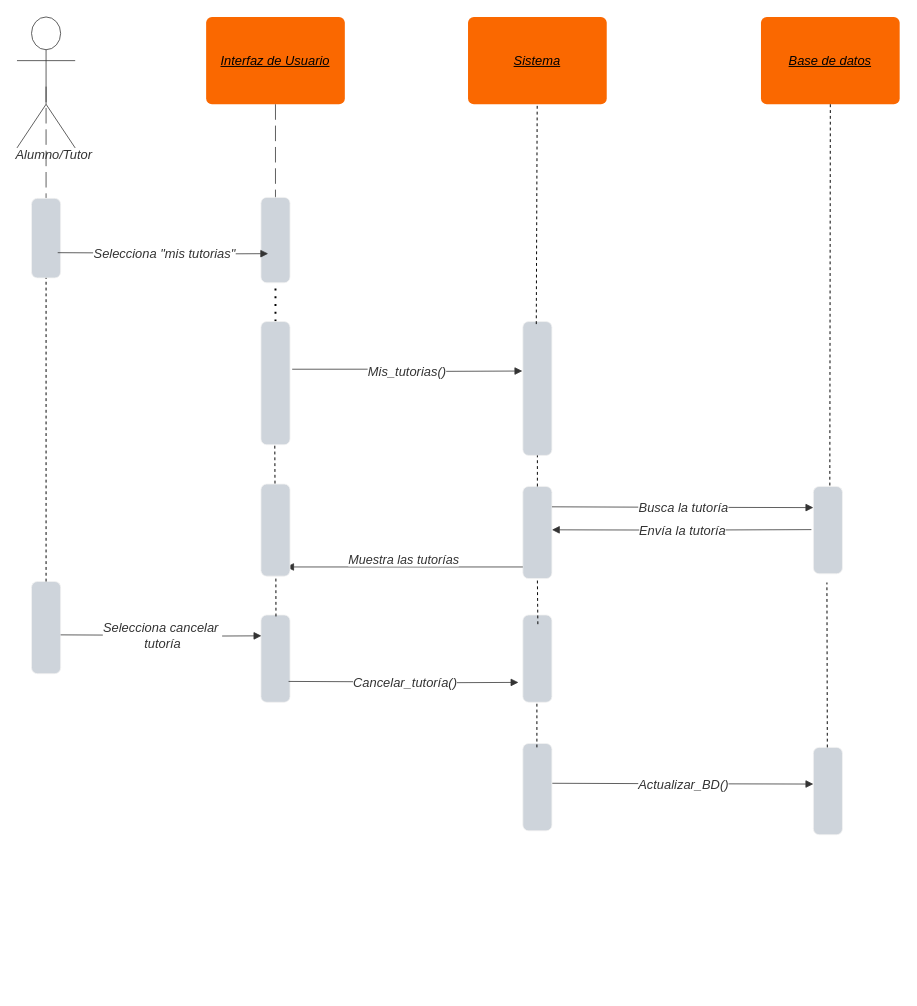
Above: mis tutorias.drawio in LP3kmikristian/TP_ARCE_DOREGO (draw.io), before the change. Source tidied: cells renumbered, new cells numbered last; positions are measured from the earlier drawing's top-left corner, leaving out a move shared by most shapes. Both pictures are drawn from the tidied source at 97%, with x=0, y=0 at pixel (16, 16).
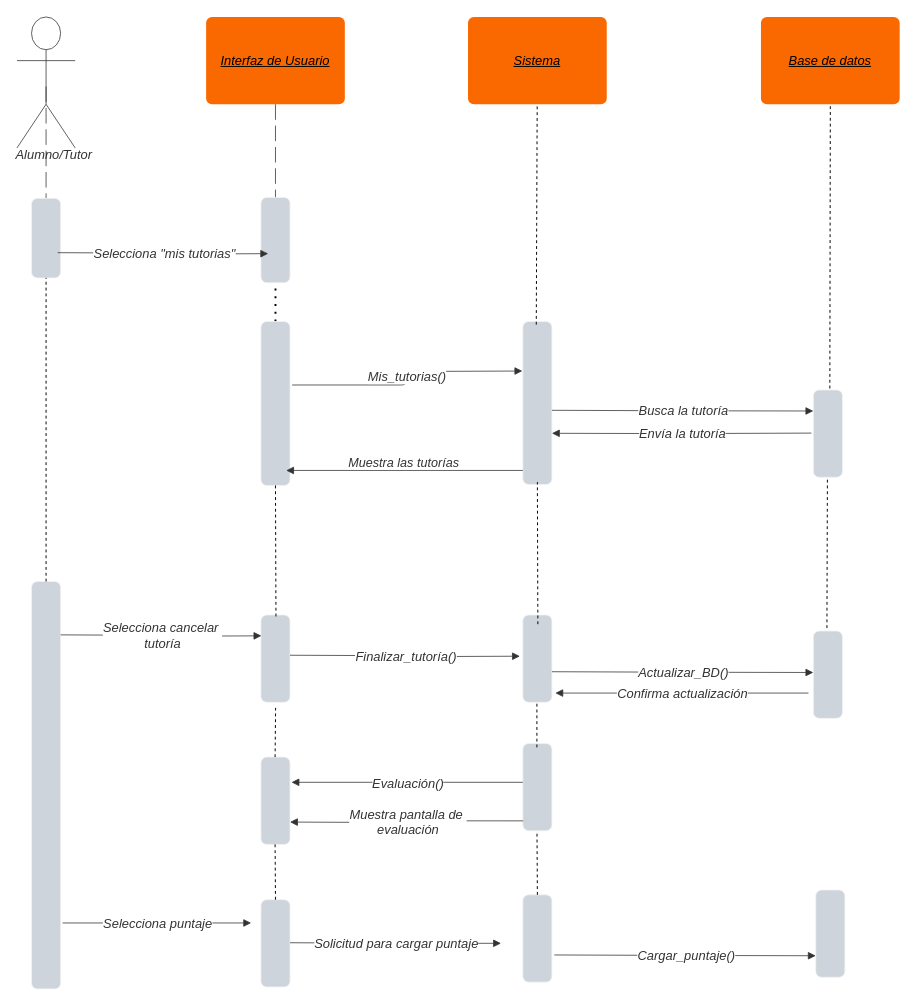
The same page after the edit.

The change refers to these unchanged cells:
```xml
<mxCell id="19" value="Base de datos" style="html=1;overflow=block;blockSpacing=1;whiteSpace=wrap;fontSize=13.3;fontColor=#000000;fontStyle=6;align=center;spacing=0;strokeOpacity=0;fillOpacity=100;rounded=1;absoluteArcSize=1;arcSize=12;fillColor=#fa6800;strokeWidth=0.8;strokeColor=#C73500;" parent="1" vertex="1">
  <mxGeometry x="767" width="143" height="90" as="geometry" />
</mxCell>
<mxCell id="27" style="html=1;overflow=block;blockSpacing=1;whiteSpace=wrap;fontSize=13;spacing=0;strokeColor=#f2f2f2;strokeOpacity=100;fillOpacity=100;rounded=1;absoluteArcSize=1;arcSize=12;fillColor=#ced4db;strokeWidth=0.8;lucidId=Yu5MydJHa4al;" parent="1" vertex="1">
  <mxGeometry x="251.5" y="616.5" width="30" height="90" as="geometry" />
</mxCell>
<mxCell id="42" style="html=1;overflow=block;blockSpacing=1;whiteSpace=wrap;fontSize=13;spacing=0;strokeColor=#f2f2f2;strokeOpacity=100;fillOpacity=100;rounded=1;absoluteArcSize=1;arcSize=12;fillColor=#ced4db;strokeWidth=0.8;lucidId=Yu5MydJHa4al;" parent="1" vertex="1">
  <mxGeometry x="521.5" y="749" width="30" height="90" as="geometry" />
</mxCell>
```

Diff of the diagram source:
```diff
@@
     <mxCell id="11" style="points=[[1.013,0.586,0]];html=1;overflow=block;blockSpacing=1;whiteSpace=wrap;fontSize=13;spacing=0;strokeColor=#f2f2f2;strokeOpacity=100;fillOpacity=100;rounded=1;absoluteArcSize=1;arcSize=12;fillColor=#ced4db;strokeWidth=0.8;lucidId=Yu5MsRc69goB;" parent="1" vertex="1">
-      <mxGeometry x="521.5" y="314" width="30" height="138" as="geometry" />
+      <mxGeometry x="521.5" y="314" width="30" height="168" as="geometry" />
     </mxCell>
@@
-    <mxCell id="14" style="html=1;overflow=block;blockSpacing=1;whiteSpace=wrap;fontSize=13;spacing=0;strokeColor=#f2f2f2;strokeOpacity=100;fillOpacity=100;rounded=1;absoluteArcSize=1;arcSize=12;fillColor=#ced4db;strokeWidth=0.8;lucidId=Yu5MydJHa4al;" parent="1" vertex="1">
-      <mxGeometry x="521.5" y="484" width="30" height="95" as="geometry" />
-    </mxCell>
@@
-    <mxCell id="16" style="endArrow=none;dashed=1;html=1;rounded=0;exitX=0.5;exitY=0;exitDx=0;exitDy=0;" parent="1" edge="1" source="14" target="11">
-      <mxGeometry relative="1" as="geometry" />
-    </mxCell>
     <mxCell id="17" style="html=1;overflow=block;blockSpacing=1;whiteSpace=wrap;fontSize=13;spacing=0;strokeColor=#f2f2f2;strokeOpacity=100;fillOpacity=100;rounded=1;absoluteArcSize=1;arcSize=12;fillColor=#ced4db;strokeWidth=0.8;lucidId=Yu5MhR-oMSno;" parent="1" vertex="1">
-      <mxGeometry x="251.5" y="314" width="30" height="127" as="geometry" />
+      <mxGeometry x="251.5" y="314" width="30" height="169" as="geometry" />
     </mxCell>
@@
     <mxCell id="20" style="html=1;overflow=block;blockSpacing=1;whiteSpace=wrap;fontSize=13;spacing=0;strokeColor=#f2f2f2;strokeOpacity=100;fillOpacity=100;rounded=1;absoluteArcSize=1;arcSize=12;fillColor=#ced4db;strokeWidth=0.8;lucidId=Yu5MydJHa4al;" parent="1" vertex="1">
-      <mxGeometry x="821" y="484" width="30" height="90" as="geometry" />
+      <mxGeometry x="821" y="384.5" width="30" height="90" as="geometry" />
     </mxCell>
@@
     <mxCell id="22" style="html=1;jettySize=18;whiteSpace=wrap;fontSize=13;strokeColor=#333333;strokeOpacity=100;strokeWidth=0.8;rounded=1;arcSize=10;edgeStyle=orthogonalEdgeStyle;startArrow=none;endArrow=block;endFill=1;lucidId=Yu5M0A2JVvTe;entryX=0;entryY=0.5;entryDx=0;entryDy=0;" parent="1" edge="1">
       <mxGeometry relative="1" as="geometry">
-        <mxPoint x="551.5" y="505" as="sourcePoint" />
-        <mxPoint x="821" y="505.8" as="targetPoint" />
+        <mxPoint x="551.5" y="405.5" as="sourcePoint" />
+        <mxPoint x="821" y="406.2" as="targetPoint" />
       </mxGeometry>
     </mxCell>
@@
     <mxCell id="24" style="html=1;jettySize=18;whiteSpace=wrap;fontSize=13;strokeColor=#333333;strokeOpacity=100;strokeWidth=0.8;rounded=1;arcSize=10;edgeStyle=orthogonalEdgeStyle;startArrow=none;endArrow=block;endFill=1;lucidId=Yu5M0A2JVvTe;entryX=1;entryY=0.75;entryDx=0;entryDy=0;" parent="1" edge="1">
       <mxGeometry relative="1" as="geometry">
-        <mxPoint x="819" y="528.5" as="sourcePoint" />
-        <mxPoint x="551.5" y="528.7" as="targetPoint" />
+        <mxPoint x="819" y="429" as="sourcePoint" />
+        <mxPoint x="551.5" y="429.2" as="targetPoint" />
       </mxGeometry>
     </mxCell>
@@
     <mxCell id="26" style="endArrow=none;dashed=1;html=1;rounded=0;entryX=0.5;entryY=1;entryDx=0;entryDy=0;" parent="1" edge="1" target="19">
       <mxGeometry relative="1" as="geometry">
-        <mxPoint x="838" y="483" as="sourcePoint" />
+        <mxPoint x="838" y="383" as="sourcePoint" />
       </mxGeometry>
     </mxCell>
@@
-    <mxCell id="28" style="endArrow=none;dashed=1;html=1;rounded=0;" parent="1" edge="1">
+    <mxCell id="28" style="endArrow=none;dashed=1;html=1;rounded=0;entryX=0.5;entryY=1;entryDx=0;entryDy=0;" parent="1" edge="1" target="17">
       <mxGeometry relative="1" as="geometry">
         <mxPoint x="267" y="618" as="sourcePoint" />
-        <mxPoint x="266.9" y="571" as="targetPoint" />
       </mxGeometry>
     </mxCell>
-    <mxCell id="29" style="endArrow=none;dashed=1;html=1;rounded=0;entryX=0.5;entryY=1;entryDx=0;entryDy=0;" parent="1" edge="1" target="14">
+    <mxCell id="29" style="endArrow=none;dashed=1;html=1;rounded=0;entryX=0.5;entryY=1;entryDx=0;entryDy=0;" parent="1" edge="1">
       <mxGeometry relative="1" as="geometry">
         <mxPoint x="537" y="626" as="sourcePoint" />
+        <mxPoint x="536.5" y="479.5" as="targetPoint" />
       </mxGeometry>
     </mxCell>
     <mxCell id="30" style="html=1;overflow=block;blockSpacing=1;whiteSpace=wrap;fontSize=13;spacing=0;strokeColor=#f2f2f2;strokeOpacity=100;fillOpacity=100;rounded=1;absoluteArcSize=1;arcSize=12;fillColor=#ced4db;strokeWidth=0.8;lucidId=Yu5MydJHa4al;" parent="1" vertex="1">
-      <mxGeometry x="15" y="582" width="30" height="95" as="geometry" />
+      <mxGeometry x="15" y="582" width="30" height="420" as="geometry" />
     </mxCell>
@@
     <mxCell id="34" style="html=1;jettySize=18;whiteSpace=wrap;fontSize=13;fontFamily=helvetica;strokeColor=#333333;strokeOpacity=100;strokeWidth=0.8;rounded=0;startArrow=none;endArrow=block;endFill=1;exitX=0;exitY=0.5;lucidId=Yu5MB3FtIlV_;exitDx=0;exitDy=0;entryX=0.953;entryY=0.628;entryDx=0;entryDy=0;entryPerimeter=0;" parent="1" edge="1">
       <mxGeometry relative="1" as="geometry">
-        <mxPoint x="521.5" y="567" as="sourcePoint" />
-        <mxPoint x="277.5" y="567" as="targetPoint" />
+        <mxPoint x="521.5" y="467.5" as="sourcePoint" />
+        <mxPoint x="277.5" y="467.5" as="targetPoint" />
       </mxGeometry>
     </mxCell>
-    <mxCell id="35" style="html=1;overflow=block;blockSpacing=1;whiteSpace=wrap;fontSize=13;spacing=0;strokeColor=#f2f2f2;strokeOpacity=100;fillOpacity=100;rounded=1;absoluteArcSize=1;arcSize=12;fillColor=#ced4db;strokeWidth=0.8;lucidId=Yu5MydJHa4al;" parent="1" vertex="1">
-      <mxGeometry x="251.5" y="481.5" width="30" height="95" as="geometry" />
-    </mxCell>
-    <mxCell id="36" style="endArrow=none;dashed=1;html=1;rounded=0;" parent="1" edge="1">
-      <mxGeometry relative="1" as="geometry">
-        <mxPoint x="266" y="481" as="sourcePoint" />
-        <mxPoint x="265.8" y="441" as="targetPoint" />
-      </mxGeometry>
-    </mxCell>
     <mxCell id="37" style="html=1;jettySize=18;whiteSpace=wrap;fontSize=13;strokeColor=#333333;strokeOpacity=100;strokeWidth=0.8;rounded=1;arcSize=10;edgeStyle=orthogonalEdgeStyle;startArrow=none;endArrow=block;endFill=1;lucidId=Yu5M0A2JVvTe;" parent="1" edge="1">
       <mxGeometry relative="1" as="geometry">
-        <mxPoint x="280" y="685" as="sourcePoint" />
-        <mxPoint x="517" y="686" as="targetPoint" />
+        <mxPoint x="281.5" y="658" as="sourcePoint" />
+        <mxPoint x="518.5" y="659" as="targetPoint" />
       </mxGeometry>
     </mxCell>
-    <mxCell id="38" value="Cancelar_tutoría()" style="text;html=1;labelBackgroundColor=default;align=center;verticalAlign=middle;fontStyle=2;fontColor=#333333;fontSize=13.3;" parent="37" vertex="1">
+    <mxCell id="38" value="Finalizar_tutoría()" style="text;html=1;labelBackgroundColor=default;align=center;verticalAlign=middle;fontStyle=2;fontColor=#333333;fontSize=13.3;" parent="37" vertex="1">
       <mxGeometry relative="1" as="geometry" />
     </mxCell>
-    <mxCell id="39" style="html=1;overflow=block;blockSpacing=1;whiteSpace=wrap;fontSize=13;spacing=0;strokeColor=#f2f2f2;strokeOpacity=100;fillOpacity=100;rounded=1;absoluteArcSize=1;arcSize=12;fillColor=#ced4db;strokeWidth=0.8;lucidId=Yu5MydJHa4al;" parent="1" vertex="1">
-      <mxGeometry x="821" y="753" width="30" height="90" as="geometry" />
-    </mxCell>
     <mxCell id="40" style="html=1;jettySize=18;whiteSpace=wrap;fontSize=13;strokeColor=#333333;strokeOpacity=100;strokeWidth=0.8;rounded=1;arcSize=10;edgeStyle=orthogonalEdgeStyle;startArrow=none;endArrow=block;endFill=1;lucidId=Yu5M0A2JVvTe;entryX=0;entryY=0.5;entryDx=0;entryDy=0;" parent="1" edge="1">
       <mxGeometry relative="1" as="geometry">
-        <mxPoint x="551.5" y="790" as="sourcePoint" />
-        <mxPoint x="821" y="790.8" as="targetPoint" />
+        <mxPoint x="551.5" y="675" as="sourcePoint" />
+        <mxPoint x="821" y="675.8" as="targetPoint" />
       </mxGeometry>
     </mxCell>
@@
     <mxCell id="44" style="endArrow=none;dashed=1;html=1;rounded=0;" parent="1" edge="1">
       <mxGeometry relative="1" as="geometry">
-        <mxPoint x="835.4" y="753" as="sourcePoint" />
-        <mxPoint x="835" y="583" as="targetPoint" />
+        <mxPoint x="835" y="630" as="sourcePoint" />
+        <mxPoint x="835.5" y="474.5" as="targetPoint" />
       </mxGeometry>
     </mxCell>
     <mxCell id="45" value="&lt;span style=&quot;color: rgb(51, 51, 51); font-family: Helvetica; font-size: 13px; font-style: italic; font-variant-ligatures: normal; font-variant-caps: normal; font-weight: 400; letter-spacing: normal; orphans: 2; text-align: center; text-indent: 0px; text-transform: none; widows: 2; word-spacing: 0px; -webkit-text-stroke-width: 0px; background-color: rgb(255, 255, 255); text-decoration-thickness: initial; text-decoration-style: initial; text-decoration-color: initial; float: none; display: inline !important;&quot;&gt;Muestra las tutorías&lt;/span&gt;" style="text;whiteSpace=wrap;html=1;" parent="1" vertex="1">
-      <mxGeometry x="340" y="544.5" width="148" height="32" as="geometry" />
+      <mxGeometry x="340" y="445" width="148" height="32" as="geometry" />
     </mxCell>
+    <mxCell id="46" style="html=1;jettySize=18;whiteSpace=wrap;fontSize=13;strokeColor=#333333;strokeOpacity=100;strokeWidth=0.8;rounded=1;arcSize=10;edgeStyle=orthogonalEdgeStyle;startArrow=none;endArrow=block;endFill=1;lucidId=Yu5M0A2JVvTe;" parent="1" edge="1">
+      <mxGeometry relative="1" as="geometry">
+        <mxPoint x="521.5" y="789" as="sourcePoint" />
+        <mxPoint x="283" y="789" as="targetPoint" />
+      </mxGeometry>
+    </mxCell>
+    <mxCell id="47" value="Evaluación()" style="text;html=1;labelBackgroundColor=default;align=center;verticalAlign=middle;fontStyle=2;fontColor=#333333;fontSize=13.3;" parent="46" vertex="1">
+      <mxGeometry relative="1" as="geometry" />
+    </mxCell>
+    <mxCell id="48" style="html=1;overflow=block;blockSpacing=1;whiteSpace=wrap;fontSize=13;spacing=0;strokeColor=#f2f2f2;strokeOpacity=100;fillOpacity=100;rounded=1;absoluteArcSize=1;arcSize=12;fillColor=#ced4db;strokeWidth=0.8;lucidId=Yu5MydJHa4al;" parent="1" vertex="1">
+      <mxGeometry x="251.5" y="763" width="30" height="90" as="geometry" />
+    </mxCell>
+    <mxCell id="49" style="html=1;jettySize=18;whiteSpace=wrap;fontSize=13;strokeColor=#333333;strokeOpacity=100;strokeWidth=0.8;rounded=1;arcSize=10;edgeStyle=orthogonalEdgeStyle;startArrow=none;endArrow=block;endFill=1;lucidId=Yu5M0A2JVvTe;" parent="1" edge="1">
+      <mxGeometry relative="1" as="geometry">
+        <mxPoint x="47" y="934" as="sourcePoint" />
+        <mxPoint x="241.4" y="934" as="targetPoint" />
+      </mxGeometry>
+    </mxCell>
+    <mxCell id="50" value="Selecciona puntaje" style="text;html=1;labelBackgroundColor=default;align=center;verticalAlign=middle;fontStyle=2;fontColor=#333333;fontSize=13.3;" parent="49" vertex="1">
+      <mxGeometry relative="1" as="geometry" />
+    </mxCell>
+    <mxCell id="51" style="html=1;overflow=block;blockSpacing=1;whiteSpace=wrap;fontSize=13;spacing=0;strokeColor=#f2f2f2;strokeOpacity=100;fillOpacity=100;rounded=1;absoluteArcSize=1;arcSize=12;fillColor=#ced4db;strokeWidth=0.8;lucidId=Yu5MydJHa4al;" parent="1" vertex="1">
+      <mxGeometry x="251.5" y="910" width="30" height="90" as="geometry" />
+    </mxCell>
+    <mxCell id="52" style="html=1;overflow=block;blockSpacing=1;whiteSpace=wrap;fontSize=13;spacing=0;strokeColor=#f2f2f2;strokeOpacity=100;fillOpacity=100;rounded=1;absoluteArcSize=1;arcSize=12;fillColor=#ced4db;strokeWidth=0.8;lucidId=Yu5MydJHa4al;" parent="1" vertex="1">
+      <mxGeometry x="521.5" y="905" width="30" height="90" as="geometry" />
+    </mxCell>
+    <mxCell id="53" style="html=1;jettySize=18;whiteSpace=wrap;fontSize=13;strokeColor=#333333;strokeOpacity=100;strokeWidth=0.8;rounded=1;arcSize=10;edgeStyle=orthogonalEdgeStyle;startArrow=none;endArrow=block;endFill=1;lucidId=Yu5M0A2JVvTe;" parent="1" edge="1">
+      <mxGeometry relative="1" as="geometry">
+        <mxPoint x="281.5" y="954.4" as="sourcePoint" />
+        <mxPoint x="499" y="955" as="targetPoint" />
+      </mxGeometry>
+    </mxCell>
+    <mxCell id="54" value="Solicitud para cargar puntaje" style="text;html=1;labelBackgroundColor=default;align=center;verticalAlign=middle;fontStyle=2;fontColor=#333333;fontSize=13.3;" parent="53" vertex="1">
+      <mxGeometry relative="1" as="geometry" />
+    </mxCell>
+    <mxCell id="55" style="html=1;overflow=block;blockSpacing=1;whiteSpace=wrap;fontSize=13;spacing=0;strokeColor=#f2f2f2;strokeOpacity=100;fillOpacity=100;rounded=1;absoluteArcSize=1;arcSize=12;fillColor=#ced4db;strokeWidth=0.8;lucidId=Yu5MydJHa4al;" parent="1" vertex="1">
+      <mxGeometry x="823.5" y="900" width="30" height="90" as="geometry" />
+    </mxCell>
+    <mxCell id="56" style="html=1;jettySize=18;whiteSpace=wrap;fontSize=13;strokeColor=#333333;strokeOpacity=100;strokeWidth=0.8;rounded=1;arcSize=10;edgeStyle=orthogonalEdgeStyle;startArrow=none;endArrow=block;endFill=1;lucidId=Yu5M0A2JVvTe;entryX=0;entryY=0.5;entryDx=0;entryDy=0;" parent="1" edge="1">
+      <mxGeometry relative="1" as="geometry">
+        <mxPoint x="554" y="967" as="sourcePoint" />
+        <mxPoint x="823.5" y="967.8" as="targetPoint" />
+      </mxGeometry>
+    </mxCell>
+    <mxCell id="57" value="Cargar_puntaje()" style="text;html=1;labelBackgroundColor=default;align=center;verticalAlign=middle;fontStyle=2;fontColor=#333333;fontSize=13.3;" parent="56" vertex="1">
+      <mxGeometry relative="1" as="geometry" />
+    </mxCell>
+    <mxCell id="58" style="endArrow=none;dashed=1;html=1;rounded=0;entryX=0.504;entryY=1.064;entryDx=0;entryDy=0;entryPerimeter=0;" parent="1" edge="1" target="27">
+      <mxGeometry relative="1" as="geometry">
+        <mxPoint x="266.1" y="763" as="sourcePoint" />
+      </mxGeometry>
+    </mxCell>
+    <mxCell id="59" style="endArrow=none;dashed=1;html=1;rounded=0;entryX=0.5;entryY=1;entryDx=0;entryDy=0;exitX=0.5;exitY=0;exitDx=0;exitDy=0;" parent="1" edge="1" source="51">
+      <mxGeometry relative="1" as="geometry">
+        <mxPoint x="266.1" y="853" as="targetPoint" />
+      </mxGeometry>
+    </mxCell>
+    <mxCell id="60" style="endArrow=none;dashed=1;html=1;rounded=0;entryX=0.5;entryY=1;entryDx=0;entryDy=0;exitX=0.5;exitY=0;exitDx=0;exitDy=0;" parent="1" edge="1" source="52">
+      <mxGeometry relative="1" as="geometry">
+        <mxPoint x="536.1" y="839" as="targetPoint" />
+      </mxGeometry>
+    </mxCell>
+    <mxCell id="39" style="html=1;overflow=block;blockSpacing=1;whiteSpace=wrap;fontSize=13;spacing=0;strokeColor=#f2f2f2;strokeOpacity=100;fillOpacity=100;rounded=1;absoluteArcSize=1;arcSize=12;fillColor=#ced4db;strokeWidth=0.8;lucidId=Yu5MydJHa4al;" parent="1" vertex="1">
+      <mxGeometry x="821" y="633" width="30" height="90" as="geometry" />
+    </mxCell>
+    <mxCell id="61" style="html=1;jettySize=18;whiteSpace=wrap;fontSize=13;strokeColor=#333333;strokeOpacity=100;strokeWidth=0.8;rounded=1;arcSize=10;edgeStyle=orthogonalEdgeStyle;startArrow=none;endArrow=block;endFill=1;lucidId=Yu5M0A2JVvTe;" parent="1" edge="1">
+      <mxGeometry relative="1" as="geometry">
+        <mxPoint x="816" y="697" as="sourcePoint" />
+        <mxPoint x="555" y="697" as="targetPoint" />
+      </mxGeometry>
+    </mxCell>
+    <mxCell id="62" value="Confirma actualización" style="text;html=1;labelBackgroundColor=default;align=center;verticalAlign=middle;fontStyle=2;fontColor=#333333;fontSize=13.3;" parent="61" vertex="1">
+      <mxGeometry relative="1" as="geometry" />
+    </mxCell>
+    <mxCell id="63" style="html=1;jettySize=18;whiteSpace=wrap;fontSize=13;strokeColor=#333333;strokeOpacity=100;strokeWidth=0.8;rounded=1;arcSize=10;edgeStyle=orthogonalEdgeStyle;startArrow=none;endArrow=block;endFill=1;lucidId=Yu5M0A2JVvTe;exitX=0.012;exitY=0.886;exitDx=0;exitDy=0;exitPerimeter=0;" parent="1" edge="1" source="42">
+      <mxGeometry relative="1" as="geometry">
+        <mxPoint x="281.5" y="830" as="targetPoint" />
+      </mxGeometry>
+    </mxCell>
+    <mxCell id="64" value="Muestra pantalla de&amp;nbsp;&lt;br&gt;evaluación" style="text;html=1;labelBackgroundColor=default;align=center;verticalAlign=middle;fontStyle=2;fontColor=#333333;fontSize=13.3;" parent="63" vertex="1">
+      <mxGeometry relative="1" as="geometry" />
+    </mxCell>
```
